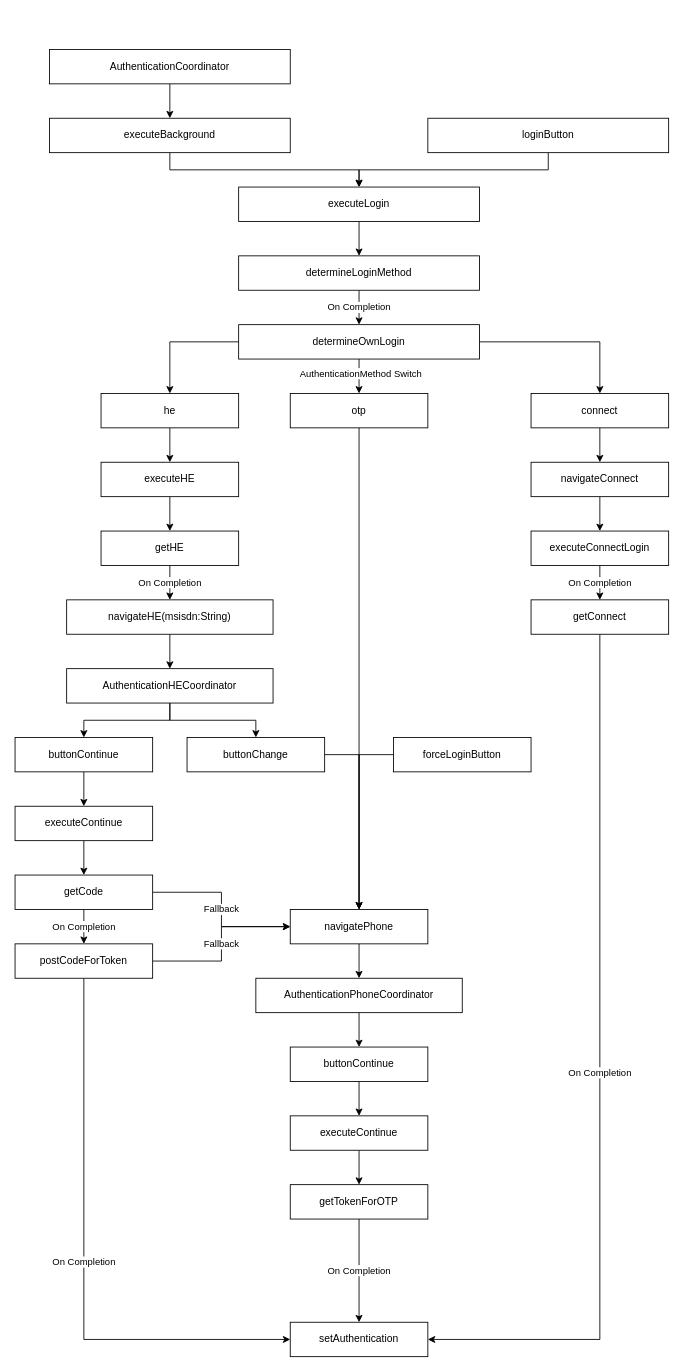
This is LoginFlow.drawio from sudiptobd/diagrams, a draw.io file, before an edit. Source tidied: cells renumbered, new cells numbered last; positions are measured from the earlier drawing's top-left corner, leaving out a move shared by most shapes. Both pictures are drawn from the tidied source at 86%, with x=0, y=0 at pixel (15, 49).
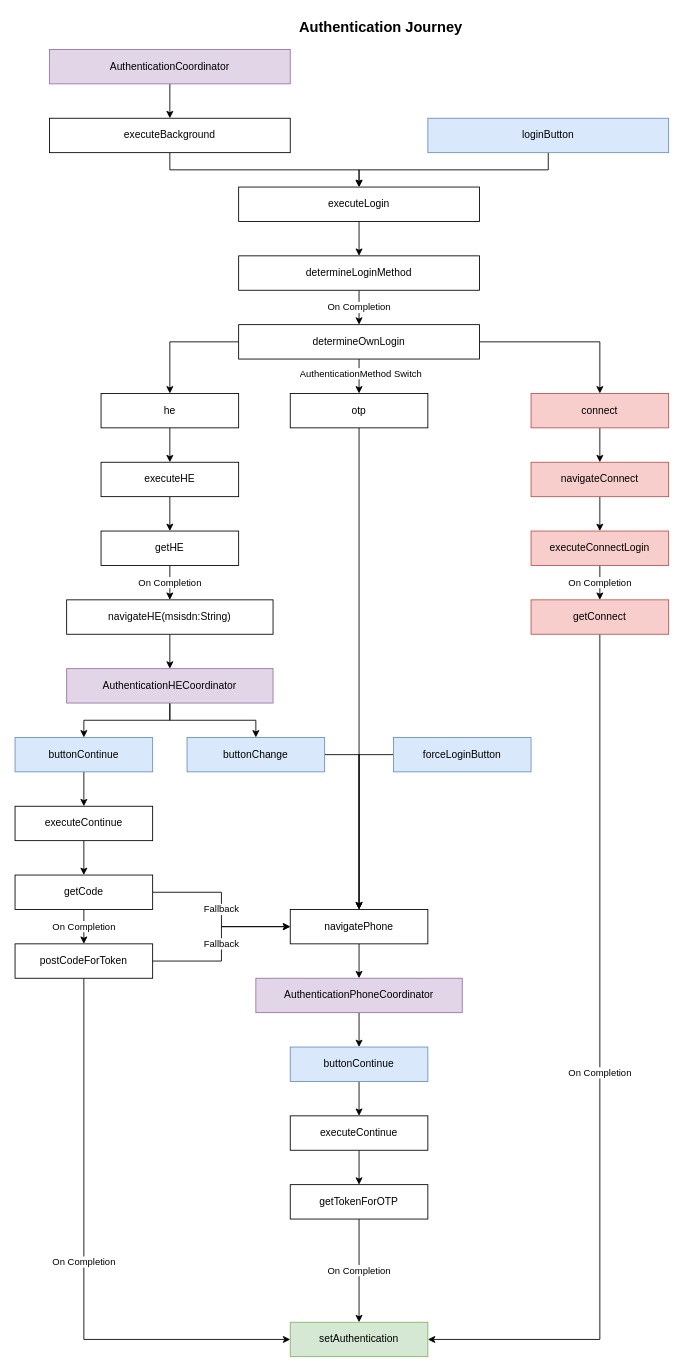
Above is the later version.

Diff of the diagram source:
```diff
@@
-    <mxCell id="3" value="AuthenticationCoordinator" style="rounded=0;whiteSpace=wrap;html=1;" parent="1" vertex="1">
+    <mxCell id="3" value="AuthenticationCoordinator" style="rounded=0;whiteSpace=wrap;html=1;fillColor=#e1d5e7;strokeColor=#9673a6;" parent="1" vertex="1">
       <mxGeometry x="40" width="280" height="40" as="geometry" />
     </mxCell>
@@
-    <mxCell id="9" value="loginButton" style="rounded=0;whiteSpace=wrap;html=1;" parent="1" vertex="1">
+    <mxCell id="9" value="loginButton" style="rounded=0;whiteSpace=wrap;html=1;fillColor=#dae8fc;strokeColor=#6c8ebf;" parent="1" vertex="1">
       <mxGeometry x="480" y="80" width="280" height="40" as="geometry" />
     </mxCell>
@@
-    <mxCell id="20" value="navigateConnect" style="rounded=0;whiteSpace=wrap;html=1;" parent="1" vertex="1">
+    <mxCell id="20" value="navigateConnect" style="rounded=0;whiteSpace=wrap;html=1;fillColor=#f8cecc;strokeColor=#b85450;" parent="1" vertex="1">
       <mxGeometry x="600" y="480" width="160" height="40" as="geometry" />
     </mxCell>
@@
-    <mxCell id="24" value="executeConnectLogin" style="rounded=0;whiteSpace=wrap;html=1;" parent="1" vertex="1">
+    <mxCell id="24" value="executeConnectLogin" style="rounded=0;whiteSpace=wrap;html=1;fillColor=#f8cecc;strokeColor=#b85450;" parent="1" vertex="1">
       <mxGeometry x="600" y="560" width="160" height="40" as="geometry" />
     </mxCell>
@@
-    <mxCell id="26" value="getConnect" style="rounded=0;whiteSpace=wrap;html=1;" parent="1" vertex="1">
+    <mxCell id="26" value="getConnect" style="rounded=0;whiteSpace=wrap;html=1;fillColor=#f8cecc;strokeColor=#b85450;" parent="1" vertex="1">
       <mxGeometry x="600" y="640" width="160" height="40" as="geometry" />
     </mxCell>
-    <mxCell id="27" value="setAuthentication" style="rounded=0;whiteSpace=wrap;html=1;" parent="1" vertex="1">
+    <mxCell id="27" value="setAuthentication" style="rounded=0;whiteSpace=wrap;html=1;fillColor=#d5e8d4;strokeColor=#82b366;" parent="1" vertex="1">
       <mxGeometry x="320" y="1480" width="160" height="40" as="geometry" />
     </mxCell>
@@
-    <mxCell id="35" value="connect" style="rounded=0;whiteSpace=wrap;html=1;" parent="1" vertex="1">
+    <mxCell id="35" value="connect" style="rounded=0;whiteSpace=wrap;html=1;fillColor=#f8cecc;strokeColor=#b85450;" parent="1" vertex="1">
       <mxGeometry x="600" y="400" width="160" height="40" as="geometry" />
     </mxCell>
@@
-    <mxCell id="38" value="AuthenticationHECoordinator" style="rounded=0;whiteSpace=wrap;html=1;" parent="1" vertex="1">
+    <mxCell id="38" value="AuthenticationHECoordinator" style="rounded=0;whiteSpace=wrap;html=1;fillColor=#e1d5e7;strokeColor=#9673a6;" parent="1" vertex="1">
       <mxGeometry x="60" y="720" width="240" height="40" as="geometry" />
     </mxCell>
@@
-    <mxCell id="40" value="buttonChange" style="rounded=0;whiteSpace=wrap;html=1;" parent="1" vertex="1">
+    <mxCell id="40" value="buttonChange" style="rounded=0;whiteSpace=wrap;html=1;fillColor=#dae8fc;strokeColor=#6c8ebf;" parent="1" vertex="1">
       <mxGeometry x="200" y="800" width="160" height="40" as="geometry" />
     </mxCell>
@@
-    <mxCell id="42" value="buttonContinue" style="rounded=0;whiteSpace=wrap;html=1;" parent="1" vertex="1">
+    <mxCell id="42" value="buttonContinue" style="rounded=0;whiteSpace=wrap;html=1;fillColor=#dae8fc;strokeColor=#6c8ebf;" parent="1" vertex="1">
       <mxGeometry y="800" width="160" height="40" as="geometry" />
     </mxCell>
@@
-    <mxCell id="48" value="AuthenticationPhoneCoordinator" style="rounded=0;whiteSpace=wrap;html=1;" parent="1" vertex="1">
+    <mxCell id="48" value="AuthenticationPhoneCoordinator" style="rounded=0;whiteSpace=wrap;html=1;fillColor=#e1d5e7;strokeColor=#9673a6;" parent="1" vertex="1">
       <mxGeometry x="280" y="1080" width="240" height="40" as="geometry" />
     </mxCell>
@@
-    <mxCell id="56" value="forceLoginButton" style="rounded=0;whiteSpace=wrap;html=1;" parent="1" vertex="1">
+    <mxCell id="56" value="forceLoginButton" style="rounded=0;whiteSpace=wrap;html=1;fillColor=#dae8fc;strokeColor=#6c8ebf;" parent="1" vertex="1">
       <mxGeometry x="440" y="800" width="160" height="40" as="geometry" />
     </mxCell>
@@
-    <mxCell id="58" value="buttonContinue" style="rounded=0;whiteSpace=wrap;html=1;" parent="1" vertex="1">
+    <mxCell id="58" value="buttonContinue" style="rounded=0;whiteSpace=wrap;html=1;fillColor=#dae8fc;strokeColor=#6c8ebf;" parent="1" vertex="1">
       <mxGeometry x="320" y="1160" width="160" height="40" as="geometry" />
     </mxCell>
@@
+    <mxCell id="63" value="&lt;b&gt;&lt;font style=&quot;font-size: 17px;&quot;&gt;Authentication Journey&lt;/font&gt;&lt;/b&gt;" style="text;html=1;align=center;verticalAlign=middle;strokeColor=none;fillColor=none;" parent="1" vertex="1">
+      <mxGeometry x="320" y="-40" width="210" height="30" as="geometry" />
+    </mxCell>
```
